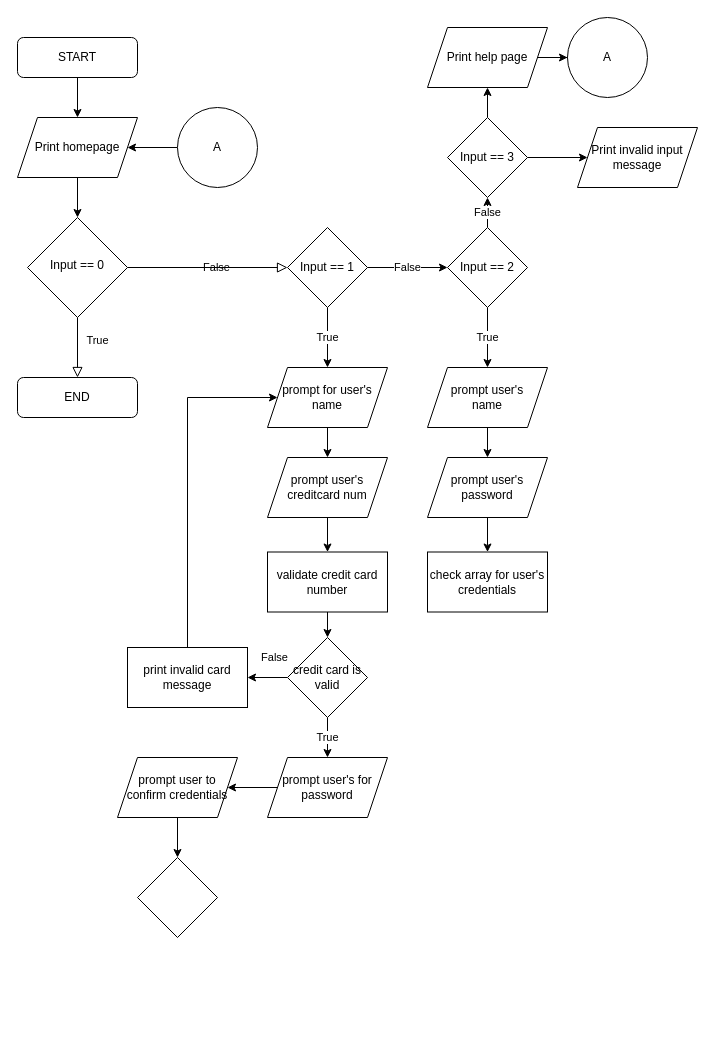
Above: Untitled Diagram.drawio in Gooseytwoshoes/Creditcard-Database (draw.io), before the change. Source tidied: cells renumbered, new cells numbered last; positions are measured from the earlier drawing's top-left corner, leaving out a move shared by most shapes. Both pictures are drawn from the tidied source at 100%, with x=0, y=0 at pixel (17, 17).
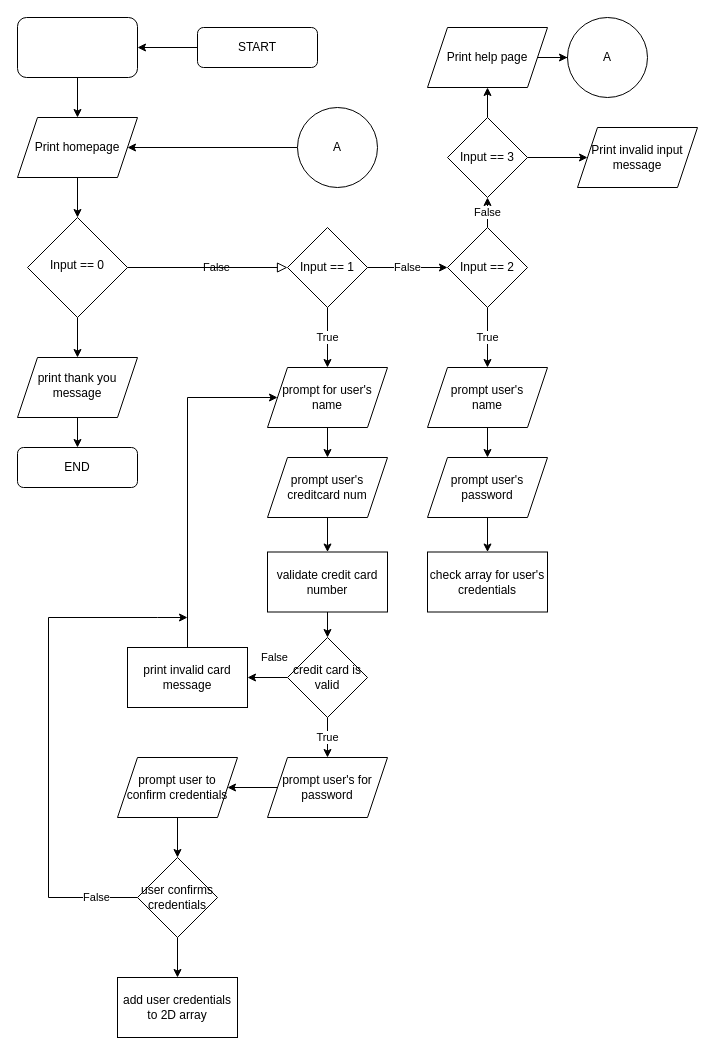
After the change.

The change refers to these unchanged cells:
```xml
<mxCell id="20" value="Print homepage" style="shape=parallelogram;perimeter=parallelogramPerimeter;whiteSpace=wrap;html=1;fixedSize=1;" parent="1" vertex="1">
  <mxGeometry y="100" width="120" height="60" as="geometry" />
</mxCell>
<mxCell id="40" value="Input == 0" style="rhombus;whiteSpace=wrap;html=1;shadow=0;fontFamily=Helvetica;fontSize=12;align=center;strokeWidth=1;spacing=6;spacingTop=-4;" parent="1" vertex="1">
  <mxGeometry x="10" y="200" width="100" height="100" as="geometry" />
</mxCell>
```

The edit, as a diff of the source:
```diff
@@
-    <mxCell id="2" style="edgeStyle=orthogonalEdgeStyle;rounded=0;jettySize=auto;html=1;" parent="1" edge="1" source="3" target="20">
-      <mxGeometry relative="1" as="geometry" />
-    </mxCell>
+    <mxCell id="46" style="edgeStyle=orthogonalEdgeStyle;rounded=0;jettySize=auto;html=1;" parent="1" edge="1" source="3" target="52">
+      <mxGeometry relative="1" as="geometry" />
+    </mxCell>
     <mxCell id="3" value="START" style="rounded=1;whiteSpace=wrap;html=1;fontSize=12;glass=0;strokeWidth=1;shadow=0;" parent="1" vertex="1">
-      <mxGeometry y="20" width="120" height="40" as="geometry" />
+      <mxGeometry x="180" y="10" width="120" height="40" as="geometry" />
     </mxCell>
-    <mxCell id="4" value="True" style="rounded=0;html=1;jettySize=auto;fontSize=11;endArrow=block;endFill=0;endSize=8;strokeWidth=1;shadow=0;labelBackgroundColor=none;edgeStyle=orthogonalEdgeStyle;entryX=0.5;entryY=0;entryDx=0;entryDy=0;" parent="1" edge="1" source="40" target="6">
-      <mxGeometry x="-0.25" y="20" relative="1" as="geometry" />
-    </mxCell>
@@
     <mxCell id="6" value="END" style="rounded=1;whiteSpace=wrap;html=1;fontSize=12;glass=0;strokeWidth=1;shadow=0;" parent="1" vertex="1">
-      <mxGeometry y="360" width="120" height="40" as="geometry" />
+      <mxGeometry y="430" width="120" height="40" as="geometry" />
     </mxCell>
@@
     <mxCell id="18" value="A" style="ellipse;whiteSpace=wrap;html=1;" parent="1" vertex="1">
-      <mxGeometry x="160" y="90" width="80" height="80" as="geometry" />
+      <mxGeometry x="280" y="90" width="80" height="80" as="geometry" />
     </mxCell>
@@
+    <mxCell id="47" style="edgeStyle=orthogonalEdgeStyle;rounded=0;jettySize=auto;html=1;" parent="1" edge="1" source="40" target="54">
+      <mxGeometry relative="1" as="geometry" />
+    </mxCell>
@@
+    <mxCell id="48" value="False" style="edgeStyle=orthogonalEdgeStyle;rounded=0;jettySize=auto;html=1;exitX=0;exitY=0.5;exitDx=0;exitDy=0;" parent="1" edge="1" source="45">
+      <mxGeometry x="-0.84" relative="1" as="geometry">
+        <mxPoint x="170" y="600" as="targetPoint" />
+        <Array as="points">
+          <mxPoint x="31" y="880" />
+          <mxPoint x="31" y="600" />
+          <mxPoint x="140" y="600" />
+        </Array>
+      </mxGeometry>
+    </mxCell>
+    <mxCell id="49" style="edgeStyle=orthogonalEdgeStyle;rounded=0;jettySize=auto;html=1;" parent="1" edge="1" source="45" target="50">
+      <mxGeometry relative="1" as="geometry" />
+    </mxCell>
-    <mxCell id="45" style="rhombus;whiteSpace=wrap;html=1;" parent="1" vertex="1">
+    <mxCell id="45" value="user confirms credentials" style="rhombus;whiteSpace=wrap;html=1;" parent="1" vertex="1">
       <mxGeometry x="120" y="840" width="80" height="80" as="geometry" />
     </mxCell>
+    <mxCell id="50" value="add user credentials to 2D array" style="whiteSpace=wrap;html=1;" parent="1" vertex="1">
+      <mxGeometry x="100" y="960" width="120" height="60" as="geometry" />
+    </mxCell>
+    <mxCell id="51" style="edgeStyle=orthogonalEdgeStyle;rounded=0;jettySize=auto;html=1;" parent="1" edge="1" source="52" target="20">
+      <mxGeometry relative="1" as="geometry" />
+    </mxCell>
+    <mxCell id="52" style="whiteSpace=wrap;html=1;rounded=1;glass=0;strokeWidth=1;shadow=0;" parent="1" vertex="1">
+      <mxGeometry width="120" height="60" as="geometry" />
+    </mxCell>
+    <mxCell id="53" style="edgeStyle=orthogonalEdgeStyle;rounded=0;jettySize=auto;html=1;" parent="1" edge="1" source="54" target="6">
+      <mxGeometry relative="1" as="geometry" />
+    </mxCell>
+    <mxCell id="54" value="print thank you message" style="shape=parallelogram;perimeter=parallelogramPerimeter;whiteSpace=wrap;html=1;fixedSize=1;shadow=0;strokeWidth=1;spacing=6;spacingTop=-4;" parent="1" vertex="1">
+      <mxGeometry y="340" width="120" height="60" as="geometry" />
+    </mxCell>
```
